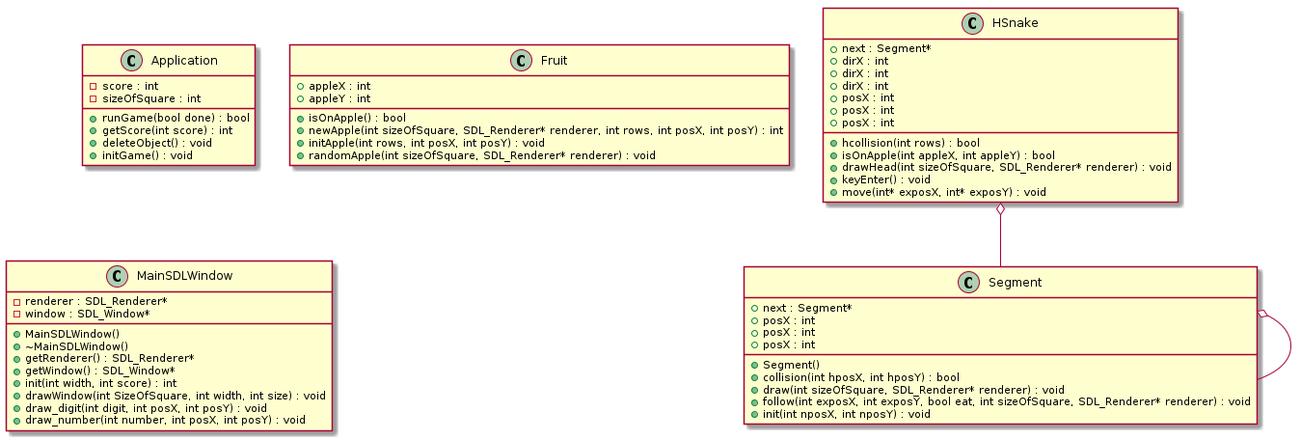
This is uml/classes.png from generaltoto/gtech1-b01-snake, a PlantUML export, as it was before one commit.
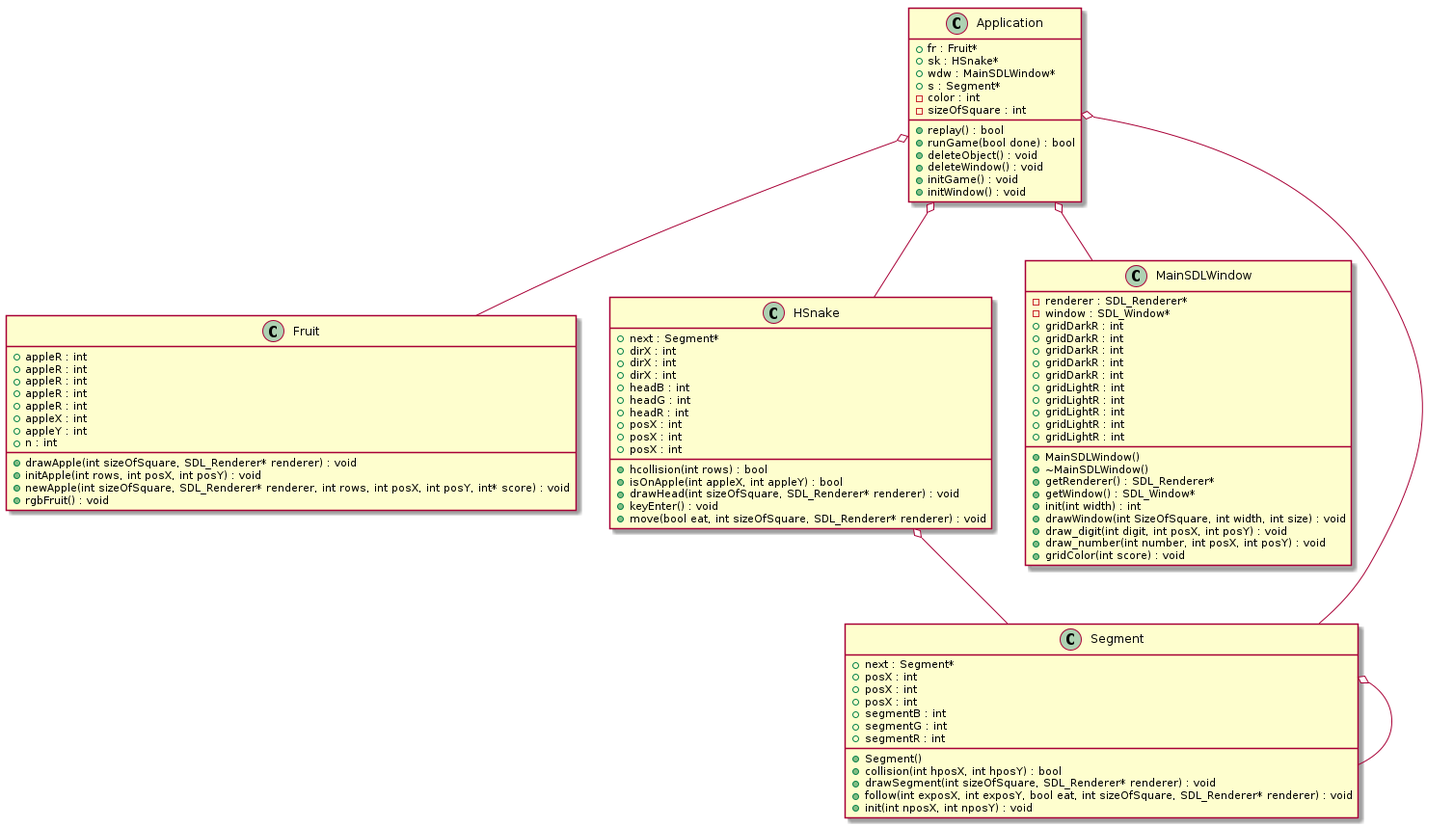
Above is the later version.

The edit, as a diff of the source:
```diff
@@ -6,22 +6,34 @@
 
 
 class Application {
+	+fr : Fruit*
+	+sk : HSnake*
+	+wdw : MainSDLWindow*
+	+s : Segment*
+	+replay() : bool
 	+runGame(bool done) : bool
-	+getScore(int score) : int
-	-score : int
+	-color : int
 	-sizeOfSquare : int
 	+deleteObject() : void
+	+deleteWindow() : void
 	+initGame() : void
+	+initWindow() : void
 }
 
 
 class Fruit {
-	+isOnApple() : bool
+	+appleR : int
+	+appleR : int
+	+appleR : int
+	+appleR : int
+	+appleR : int
 	+appleX : int
 	+appleY : int
-	+newApple(int sizeOfSquare, SDL_Renderer* renderer, int rows, int posX, int posY) : int
+	+n : int
+	+drawApple(int sizeOfSquare, SDL_Renderer* renderer) : void
 	+initApple(int rows, int posX, int posY) : void
-	+randomApple(int sizeOfSquare, SDL_Renderer* renderer) : void
+	+newApple(int sizeOfSquare, SDL_Renderer* renderer, int rows, int posX, int posY, int* score) : void
+	+rgbFruit() : void
 }
 
 
@@ -32,12 +44,15 @@
 	+dirX : int
 	+dirX : int
 	+dirX : int
+	+headB : int
+	+headG : int
+	+headR : int
 	+posX : int
 	+posX : int
 	+posX : int
 	+drawHead(int sizeOfSquare, SDL_Renderer* renderer) : void
 	+keyEnter() : void
-	+move(int* exposX, int* exposY) : void
+	+move(bool eat, int sizeOfSquare, SDL_Renderer* renderer) : void
 }
 
 
@@ -48,10 +63,21 @@
 	-renderer : SDL_Renderer*
 	+getWindow() : SDL_Window*
 	-window : SDL_Window*
-	+init(int width, int score) : int
+	+gridDarkR : int
+	+gridDarkR : int
+	+gridDarkR : int
+	+gridDarkR : int
+	+gridDarkR : int
+	+gridLightR : int
+	+gridLightR : int
+	+gridLightR : int
+	+gridLightR : int
+	+gridLightR : int
+	+init(int width) : int
 	+drawWindow(int SizeOfSquare, int width, int size) : void
 	+draw_digit(int digit, int posX, int posY) : void
 	+draw_number(int number, int posX, int posY) : void
+	+gridColor(int score) : void
 }
 
 
@@ -62,7 +88,10 @@
 	+posX : int
 	+posX : int
 	+posX : int
-	+draw(int sizeOfSquare, SDL_Renderer* renderer) : void
+	+segmentB : int
+	+segmentG : int
+	+segmentR : int
+	+drawSegment(int sizeOfSquare, SDL_Renderer* renderer) : void
 	+follow(int exposX, int exposY, bool eat, int sizeOfSquare, SDL_Renderer* renderer) : void
 	+init(int nposX, int nposY) : void
 }
@@ -74,6 +103,18 @@
 
 
 
+
+
+.Application o-- .Fruit
+
+
+.Application o-- .HSnake
+
+
+.Application o-- .MainSDLWindow
+
+
+.Application o-- .Segment
 
 
 .HSnake o-- .Segment
```
